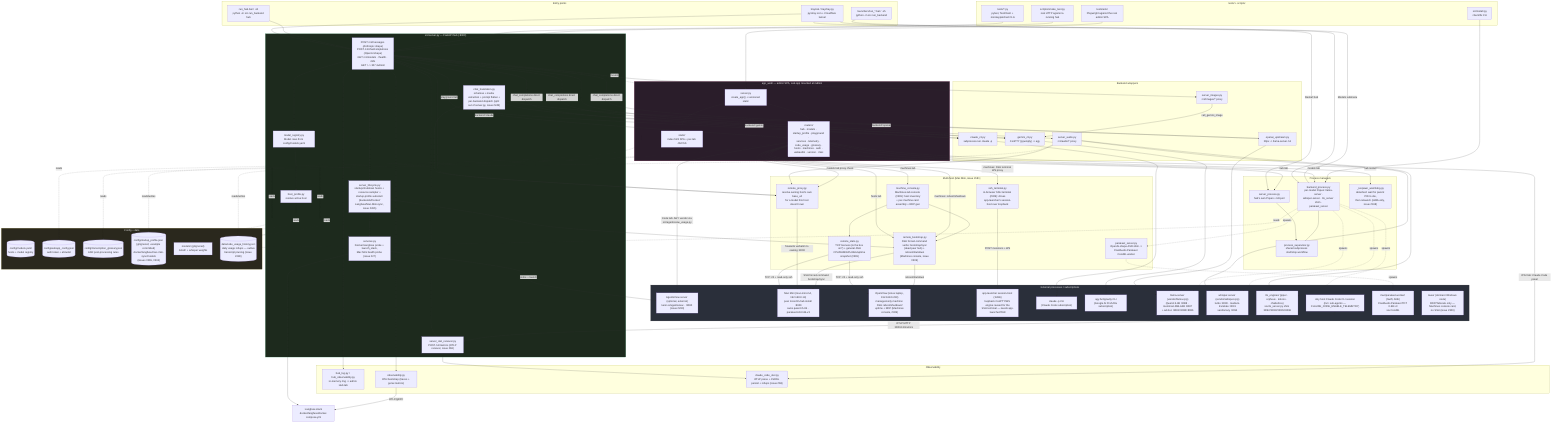
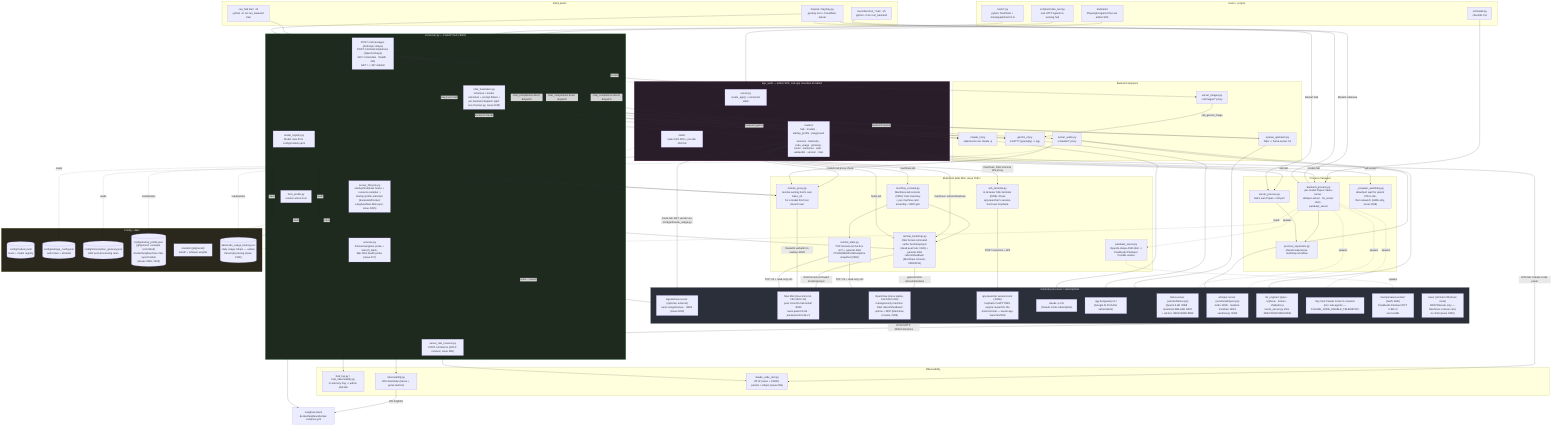
%% docs/architecture.mmd — local-llm-hub's own internal structure.
%% Hand-authored, not generated — companion to the fleet-wide convention in
%% ferraroroberto/fleet-config#256 (see that repo's own docs/architecture.mmd
%% for the reference dogfood). This is deliberately smaller than
%% docs/project-structure.md's three detailed diagrams (component/module/
%% sequence) — it's the one-glance map; project-structure.md stays the deep
%% reference. Update this diagram in the same PR as any material structural
%% change (a backend added/removed, a router moved, a process manager
%% relocated) — same anti-staleness contract as this repo's own `.fleet.toml`
%% `description` field.

flowchart TB
  subgraph entry["Entry points"]
    TRAY["tray.bat / tray/tray.py\npystray icon + Cloudflare tunnel"]
    RUNHUB["run_hub.bat / .sh\npython -m src.run_backend hub"]
    RUNMODEL["launchers/run_*.bat / .sh\npython -m src.run_backend <model_id>"]
  end

  subgraph core["src/server.py — FastAPI hub (:8000)"]
    SRV["POST /v1/messages (Anthropic shape)\nPOST /v1/chat/completions (OpenAI shape)\nGET /v1/models · /health · /info\nGET / -> 307 /admin/"]
    CHATT["chat_translation.py\nschemas + media extraction + prompt flatten +\nper-backend dispatch (split out of server.py, issue #245)"]
    LIFECYCLE["server_lifecycle.py\nstartup/shutdown hooks + resource sampler +\nstartup-profile autostart (backends/Docker/\nLangfuse/Mac-Mini-sync, issue #265)"]
    REG["model_registry.py\nModel rows from config/models.yaml"]
    HOSTP["host_profile.py\nresolve active host"]
    OTELRECV["server_otel_receiver.py\nPOST /v1/metrics (OTLP receiver, issue #68)"]
    SVC["services.py\nDocker/Langfuse probe + launch_stack,\nMac Mini health probe (issue #27)"]
  end
  TRAY --> SRV
  RUNHUB --> SRV
  SRV --> CHATT
  SRV --> LIFECYCLE
  SRV --> REG
  REG --> HOSTP
  LIFECYCLE --> SVC
  LIFECYCLE --> REMOTEBOOT
  SVC --> LANGFUSE
  SVC -->|probe + launch| AGENTSVIEW

  subgraph routing["Backend wrappers"]
    CLAUDECLI["claude_cli.py\nsubprocess.run claude -p"]
    GEMINICLI["gemini_cli.py\nConPTY (pywinpty) -> agy"]
    OAIUP["openai_upstream.py\nhttpx -> llama-server /v1"]
    AUDIOR["server_audio.py\n/v1/audio/* proxy"]
    IMAGESR["server_images.py\n/v1/images/* proxy"]
  end
  CHATT -->|backend=claude| CLAUDECLI
  CHATT -->|backend=gemini| GEMINICLI
  CHATT -->|backend=openai| OAIUP
  SRV -->|chat_completions direct dispatch| CLAUDECLI
  SRV -->|chat_completions direct dispatch| GEMINICLI
  SRV -->|chat_completions direct dispatch| OAIUP
  SRV --> AUDIOR
  SRV --> IMAGESR
  SRV --> OTELRECV
  IMAGESR -->|call_gemini_image| GEMINICLI

  subgraph multihost["Multi-host (Mac Mini, issue #181)"]
    REMOTEPROXY["remote_proxy.py\nresolve owning host's own base_url\nfor a model this host doesn't own"]
-     REMOTEBOOT["remote_bootstrap.py\nSSH forced-command verbs: bootstrap/sync\n(dead peer hub) + reboot/shutdown\n(Machines console, issue #309)"]
+     REMOTEBOOT["remote_bootstrap.py\nSSH forced-command verbs: bootstrap/sync\n(dead peer hub, #181) + general-SSH\nreboot/shutdown (Machines console, #309/#311)"]
    MACHINECON["machine_console.py\nMachines-tab console (#309): host inventory\n+ per-machine card assembly + RDP gen"]
    REMOTESTATS["remote_stats.py\nTCP liveness (is the box on?) + general-SSH\nCPU/RAM/GPU/disk/uptime snapshot (#309)"]
    SSHTERM["ssh_terminal.py\nin-browser SSH terminal (#309): drives\napp-launcher's session-host over loopback"]
    PARAKEETSRV["parakeet_server.py\nOpenAI-shape ASR shim ->\nFluidAudio Parakeet CoreML worker"]
  end
  CHATT --> REMOTEPROXY
  SRV --> REMOTEPROXY
  AUDIOR --> REMOTEPROXY
  WROUT -->|models tab proxy check| REMOTEPROXY
  WROUT -->|hosts tab| REMOTEBOOT
  WROUT -->|machines tab| MACHINECON
  WROUT -->|machines: reboot/shutdown| REMOTEBOOT
  WROUT -->|machines: SSH terminal WS proxy| SSHTERM
  MACHINECON --> REMOTEBOOT
  MACHINECON --> REMOTESTATS
  REMOTESTATS -->|TCP :22 + read-only ssh| MACMINI
  REMOTESTATS -->|TCP :22 + read-only ssh| OPENCLAW
  SSHTERM -->|POST /sessions + WS| SESSIONHOST
-   REMOTEBOOT -->|reboot/shutdown| OPENCLAW
+   REMOTEBOOT -->|general-SSH reboot/shutdown| OPENCLAW

  subgraph procmgr["Process managers"]
    SUPERVISOR["process_supervisor.py\nshared subprocess start/stop workflow"]
    SERVPROC["server_process.py\nhub's own Popen + kill-port"]
    BACKPROC["backend_process.py\nper-model Popen: llama-server ·\nwhisper-server · tts_server shim ·\nparakeet_server"]
    WATCHDOG["_respawn_watchdog.py\ndetached: wait for parent PID to die,\nthen relaunch (stdlib-only, issue #198)"]
  end
  RUNMODEL --> BACKPROC
  TRAY -->|Models submenu| BACKPROC
  TRAY -->|Restart hub| SERVPROC
  SERVPROC --> SUPERVISOR
  BACKPROC --> SUPERVISOR
  BACKPROC -.spawns.-> PARAKEETSRV

  subgraph ext["External processes / subscriptions"]
    CLAUDEBIN["claude -p CLI\n(Claude Code subscription)"]
    AGYBIN["agy Antigravity CLI\n(Google AI Pro/Ultra subscription)"]
    LLAMA["llama-server (vendor/llama.cpp)\nQwen3.5-4B :8088 · Gemma4-26B-A4B :8087\n+ ad-hoc :8081/:8082/:8086"]
    WHISPER["whisper-server (vendor/whisper.cpp)\nturbo :8090 · medium-translate :8091\nvanilla lazy :8094"]
    TTS["tts_engines/ (piper · orpheus · kokoro · chatterbox)\nvia tts_server.py shim :8092/:8093/:8095/:8096"]
    CCHOST["Any host Claude Code CLI session\n(incl. sub-agents — CLAUDE_CODE_ENABLE_TELEMETRY)"]
    MACMINI["Mac Mini (mac-mini-m4, 192.168.0.14)\npeer local-llm-hub install :8000\nowns qwen3.5-9b · parakeet-tdt-0.6b-v3"]
    PARAKEETWORKER["mac/parakeet-worker/ (Swift, ANE)\nFluidAudio Parakeet TDT 0.6B v3\nvia CoreML"]
    AGENTSVIEW["AgentsView server (optional, external)\nkenn-io/agentsview · :8080 (issue #280)"]
    SESSIONHOST["app-launcher session-host (:8446)\nloopback ConPTY/WS engine reused for the\nSSH terminal — needs app-launcher#558"]
    OPENCLAW["OpenClaw (Linux laptop, 192.168.0.239)\nmanaged-only machine: SSH reboot/shutdown/\nuptime + RDP (Machines console, #309)"]
    TOWER["tower (dormant Windows node)\nRDP/Tailscale only — Machines console card,\nno SSH (issue #309)"]
  end
  CLAUDECLI --> CLAUDEBIN
  GEMINICLI --> AGYBIN
  OAIUP --> LLAMA
  AUDIOR --> WHISPER
  AUDIOR --> TTS
  BACKPROC -.spawns.-> LLAMA
  BACKPROC -.spawns.-> WHISPER
  BACKPROC -.spawns.-> TTS
  CCHOST -->|OTLP/HTTP :8000/v1/metrics| OTELRECV
  REMOTEPROXY -->|forwards verbatim to owning :8000| MACMINI
  REMOTEBOOT -->|SSH forced-command bootstrap/sync| MACMINI
  PARAKEETSRV -.spawns.-> PARAKEETWORKER

  subgraph admin["app_web/ — admin SPA, sub-app mounted at /admin"]
    WSRV["server.py\ncreate_app() + versioned static"]
    WROUT["routers/\nhub · models · startup_profile · playground ·\nservices · telemetry · code_usage · glossary ·\nhosts · machines · auth · webauthn · version · misc"]
    WSTATIC["static/\nindex.html SPA + per-tab JS/CSS"]
  end
  SRV -.mounts.-> WSRV
  WSRV --> WROUT
  WSRV --> WSTATIC
  WROUT -->|hub tab| SERVPROC
  WROUT -->|hub restart| WATCHDOG
  WROUT -->|models tab| BACKPROC
  WROUT -->|playground tab| SRV

  subgraph obs["Observability"]
    HUBLOG["hub_log.py / hub_observability.py\nin-memory ring -> admin Hub tab"]
    OTEL["observability.py\nOTel bootstrap (traces + genai metrics)"]
    CCOTEL["claude_code_otel.py\nOTLP parse + JSONL persist + rollups (issue #68)"]
  end
  SRV --> HUBLOG
  SRV --> OTEL
  OTEL -->|OTLP/gRPC| LANGFUSE["Langfuse stack\ndocker/langfuse/docker-compose.yml"]
  OTELRECV --> CCOTEL
  WROUT -->|OTel tab: Claude Code panel| CCOTEL
  WROUT -->|Code tab: AGY vendor via src/agentsview_usage.py| AGENTSVIEW

  subgraph cfg["Config + data"]
    MODELSYAML[("config/models.yaml\nhosts + model registry")]
    WEBCFG[("config/webapp_config.json\nauth token + allowlist")]
    GLOSSARY[("config/transcription_glossary.json\nASR post-processing rules")]
    STARTUPCFG[("config/startup_profile.json (gitignored; .example committed)\ndocker/langfuse/mac-mini-sync/models\n(issues #265, #304)")]
    MODELSDIR["models/ (gitignored)\nGGUF + whisper weights"]
    USAGEHIST[("data/code_usage_history.json\ndaily usage rollups — outlive\ntranscript pruning (issue #280)")]
  end
  REG -.reads.-> MODELSYAML
  HOSTP -.reads.-> MODELSYAML
  WSRV -.reads.-> WEBCFG
  AUDIOR -.reads.-> GLOSSARY
  BACKPROC -.reads.-> MODELSDIR
  REG -.reads.-> STARTUPCFG
  LIFECYCLE -.reads.-> STARTUPCFG
  WROUT -.reads/writes.-> STARTUPCFG
  WROUT -.reads/writes.-> USAGEHIST

  subgraph tests["tests/ + scripts/"]
    UNITTESTS["tests/*.py\npytest, TestClient + monkeypatched CLIs"]
    E2E["tests/e2e/\nPlaywright against the real admin SPA"]
    SMOKE["scripts/smoke_test.py\nreal HTTP against a running hub"]
    INSTALL["src/install.py\ncheck/fix CLI"]
  end
  UNITTESTS --> SRV
  E2E --> WSRV
  SMOKE --> SRV
  INSTALL --> BACKPROC

  classDef ext fill:#2a2f3a,stroke:#555,color:#eee
  classDef hub fill:#1d2a1d,stroke:#4a7,color:#eee
  classDef ui fill:#2a1d2a,stroke:#a47,color:#eee
  classDef cfgnode fill:#2a281d,stroke:#a94,color:#eee
  class ext ext
  class core hub
  class admin ui
  class cfg cfgnode
